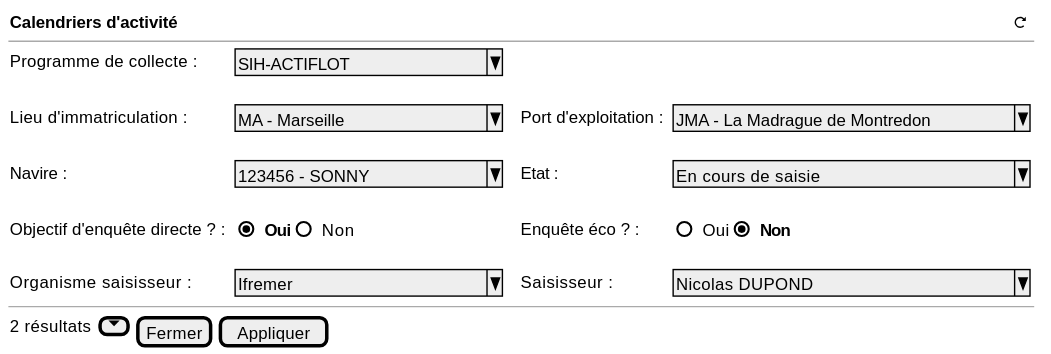
Before: projects/activity-calendar/spe/images/activity-calendar-table-filters.svg, a diagram exported from PlantUML (sumaris-net/sumaris-doc).
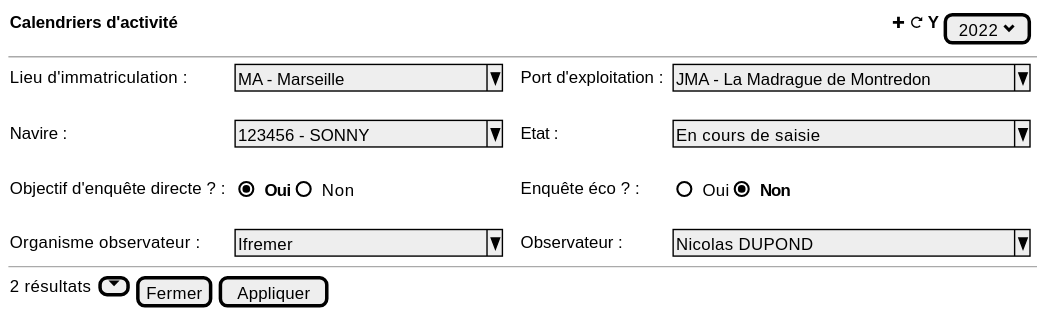
After the commit.

Diff of the diagram source:
```diff
@@ -1,19 +1,17 @@
 @startsalt
 {
 
-  {<b>Calendriers d'activité                                                                                                                                                                                                       <&reload>}
+  {<b>Calendriers d'activité                                                                                                                                                                          <&plus> <&reload> Y {[2022 <&chevron-bottom>]}}
    --
 
     {
-        Programme de collecte : | . | ^ SIH-ACTIFLOT         ^
-        .
         Lieu d'immatriculation : | . | ^ MA - Marseille       ^ | . | . | Port d'exploitation : | . | ^JMA - La Madrague de Montredon^
         .
         Navire : | . | ^ 123456 - SONNY       ^ | . | . | Etat : | . | ^En cours de saisie            ^
         .
         Objectif d'enquête directe ? :   | . |{ (X) <b>Oui | () Non}|  . | . | Enquête éco ? :   | . | { () Oui | (X) <b>Non}
         .
-        Organisme saisisseur :   | . |^ Ifremer              ^ |  . | . | Saisisseur :   | . | ^ Nicolas DUPOND               ^
+        Organisme observateur :   | . |^ Ifremer              ^ |  . | . | Observateur :   | . | ^ Nicolas DUPOND               ^
 
     }
 
```
